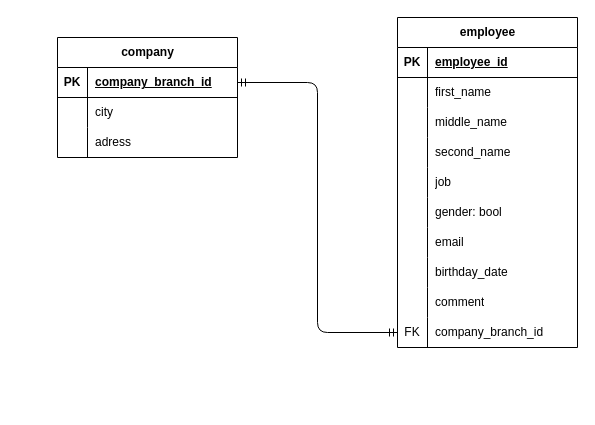
Kortasfa/data-base_course keeps this draw.io diagram as orgstructure.drawio. Above is the earlier version. Source tidied: cells renumbered, new cells numbered last; positions are measured from the earlier drawing's top-left corner, leaving out a move shared by most shapes. Both pictures are drawn from the tidied source at 100%, with x=0, y=0 at pixel (57, 17).
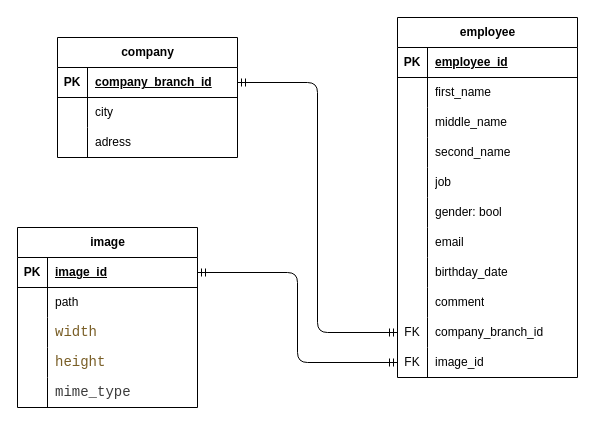
After the change.

Change to the diagram source:
```diff
@@
     <mxCell id="12" value="employee" style="shape=table;startSize=30;childLayout=tableLayout;rowLines=0;fontStyle=1;align=center;html=1;" parent="1" vertex="1">
-      <mxGeometry x="340" width="180" height="330" as="geometry" />
+      <mxGeometry x="340" width="180" height="360" as="geometry" />
     </mxCell>
@@
+    <mxCell id="44" style="shape=tableRow;horizontal=0;startSize=0;swimlaneHead=0;swimlaneBody=0;fillColor=none;points=[[0,0.5],[1,0.5]];portConstraint=eastwest;top=0;left=0;right=0;bottom=0;" parent="12" vertex="1">
+      <mxGeometry y="330" width="180" height="30" as="geometry" />
+    </mxCell>
+    <mxCell id="45" value="FK" style="shape=partialRectangle;fillColor=none;top=0;left=0;bottom=0;right=0;overflow=hidden;whiteSpace=wrap;html=1;" parent="44" vertex="1">
+      <mxGeometry width="30" height="30" as="geometry" />
+    </mxCell>
+    <mxCell id="46" value="image_id" style="shape=partialRectangle;fillColor=none;top=0;left=0;bottom=0;right=0;align=left;spacingLeft=6;overflow=hidden;whiteSpace=wrap;html=1;" parent="44" vertex="1">
+      <mxGeometry x="30" width="150" height="30" as="geometry" />
+    </mxCell>
@@
+    <mxCell id="47" value="image" style="shape=table;startSize=30;childLayout=tableLayout;rowLines=0;fontStyle=1;align=center;html=1;" parent="1" vertex="1">
+      <mxGeometry x="-40" y="210" width="180" height="180" as="geometry" />
+    </mxCell>
+    <mxCell id="48" style="shape=tableRow;horizontal=0;startSize=0;swimlaneHead=0;swimlaneBody=0;fillColor=none;points=[[0,0.5],[1,0.5]];portConstraint=eastwest;top=0;left=0;right=0;bottom=1;" parent="47" vertex="1">
+      <mxGeometry y="30" width="180" height="30" as="geometry" />
+    </mxCell>
+    <mxCell id="49" value="PK" style="shape=partialRectangle;fillColor=none;top=0;left=0;bottom=0;right=0;fontStyle=1;overflow=hidden;whiteSpace=wrap;html=1;" parent="48" vertex="1">
+      <mxGeometry width="30" height="30" as="geometry" />
+    </mxCell>
+    <mxCell id="50" value="image_id" style="shape=partialRectangle;fillColor=none;top=0;left=0;bottom=0;right=0;align=left;spacingLeft=6;fontStyle=5;overflow=hidden;whiteSpace=wrap;html=1;" parent="48" vertex="1">
+      <mxGeometry x="30" width="150" height="30" as="geometry" />
+    </mxCell>
+    <mxCell id="51" style="shape=tableRow;horizontal=0;startSize=0;swimlaneHead=0;swimlaneBody=0;fillColor=none;top=0;left=0;right=0;bottom=0;" parent="47" vertex="1">
+      <mxGeometry y="60" width="180" height="30" as="geometry" />
+    </mxCell>
+    <mxCell id="52" style="shape=partialRectangle;fillColor=none;top=0;left=0;bottom=0;right=0;overflow=hidden;whiteSpace=wrap;html=1;" parent="51" vertex="1">
+      <mxGeometry width="30" height="30" as="geometry" />
+    </mxCell>
+    <mxCell id="53" value="path" style="shape=partialRectangle;fillColor=none;top=0;left=0;bottom=0;right=0;align=left;spacingLeft=6;overflow=hidden;whiteSpace=wrap;html=1;" parent="51" vertex="1">
+      <mxGeometry x="30" width="150" height="30" as="geometry" />
+    </mxCell>
+    <mxCell id="54" style="shape=tableRow;horizontal=0;startSize=0;swimlaneHead=0;swimlaneBody=0;fillColor=none;top=0;left=0;right=0;bottom=0;" parent="47" vertex="1">
+      <mxGeometry y="90" width="180" height="30" as="geometry" />
+    </mxCell>
+    <mxCell id="55" style="shape=partialRectangle;fillColor=none;top=0;left=0;bottom=0;right=0;overflow=hidden;whiteSpace=wrap;html=1;" parent="54" vertex="1">
+      <mxGeometry width="30" height="30" as="geometry" />
+    </mxCell>
+    <mxCell id="56" value="&lt;div style=&quot;color: rgb(59, 59, 59); background-color: rgb(255, 255, 255); font-family: Consolas, &amp;quot;Courier New&amp;quot;, monospace; font-size: 14px; line-height: 19px;&quot;&gt;&lt;span style=&quot;color: #795e26;&quot;&gt;width&lt;/span&gt;&lt;/div&gt;" style="shape=partialRectangle;fillColor=none;top=0;left=0;bottom=0;right=0;align=left;spacingLeft=6;overflow=hidden;whiteSpace=wrap;html=1;" parent="54" vertex="1">
+      <mxGeometry x="30" width="150" height="30" as="geometry" />
+    </mxCell>
+    <mxCell id="57" style="shape=tableRow;horizontal=0;startSize=0;swimlaneHead=0;swimlaneBody=0;fillColor=none;top=0;left=0;right=0;bottom=0;" parent="47" vertex="1">
+      <mxGeometry y="120" width="180" height="30" as="geometry" />
+    </mxCell>
+    <mxCell id="58" style="shape=partialRectangle;fillColor=none;top=0;left=0;bottom=0;right=0;overflow=hidden;whiteSpace=wrap;html=1;" parent="57" vertex="1">
+      <mxGeometry width="30" height="30" as="geometry" />
+    </mxCell>
+    <mxCell id="59" value="&lt;div style=&quot;color: rgb(59, 59, 59); background-color: rgb(255, 255, 255); font-family: Consolas, &amp;quot;Courier New&amp;quot;, monospace; font-size: 14px; line-height: 19px;&quot;&gt;&lt;span style=&quot;color: #795e26;&quot;&gt;height&lt;/span&gt;&lt;/div&gt;" style="shape=partialRectangle;fillColor=none;top=0;left=0;bottom=0;right=0;align=left;spacingLeft=6;overflow=hidden;whiteSpace=wrap;html=1;" parent="57" vertex="1">
+      <mxGeometry x="30" width="150" height="30" as="geometry" />
+    </mxCell>
+    <mxCell id="60" style="shape=tableRow;horizontal=0;startSize=0;swimlaneHead=0;swimlaneBody=0;fillColor=none;top=0;left=0;right=0;bottom=0;" parent="47" vertex="1">
+      <mxGeometry y="150" width="180" height="30" as="geometry" />
+    </mxCell>
+    <mxCell id="61" style="shape=partialRectangle;fillColor=none;top=0;left=0;bottom=0;right=0;overflow=hidden;whiteSpace=wrap;html=1;" parent="60" vertex="1">
+      <mxGeometry width="30" height="30" as="geometry" />
+    </mxCell>
+    <mxCell id="62" value="&lt;div style=&quot;color: rgb(59, 59, 59); background-color: rgb(255, 255, 255); font-family: Consolas, &amp;quot;Courier New&amp;quot;, monospace; font-size: 14px; line-height: 19px;&quot;&gt;mime_type&lt;/div&gt;" style="shape=partialRectangle;fillColor=none;top=0;left=0;bottom=0;right=0;align=left;spacingLeft=6;overflow=hidden;whiteSpace=wrap;html=1;" parent="60" vertex="1">
+      <mxGeometry x="30" width="150" height="30" as="geometry" />
+    </mxCell>
+    <mxCell id="63" style="edgeStyle=orthogonalEdgeStyle;html=1;exitX=0;exitY=0.5;exitDx=0;exitDy=0;entryX=1;entryY=0.5;entryDx=0;entryDy=0;startArrow=ERmandOne;startFill=0;endArrow=ERmandOne;endFill=0;" parent="1" edge="1" source="44" target="48">
+      <mxGeometry relative="1" as="geometry" />
+    </mxCell>
```
